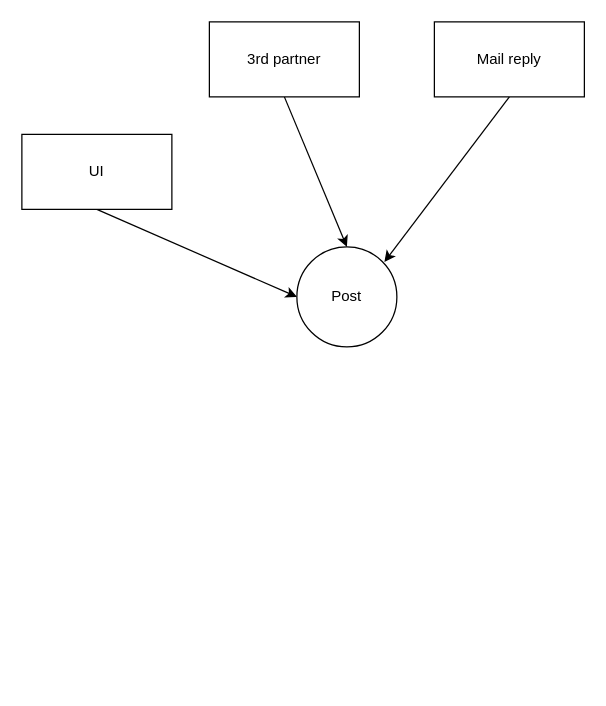
Earlier version of the draw.io diagram page "Page-5" (5 of 5) of messaging.drawio (huangshijie/Drawio). Source tidied: cells renumbered, new cells numbered last; positions are measured from the earlier drawing's top-left corner, leaving out a move shared by most shapes. Both pictures are drawn from the tidied source at 125%, with x=0, y=0 at pixel (21, 21).
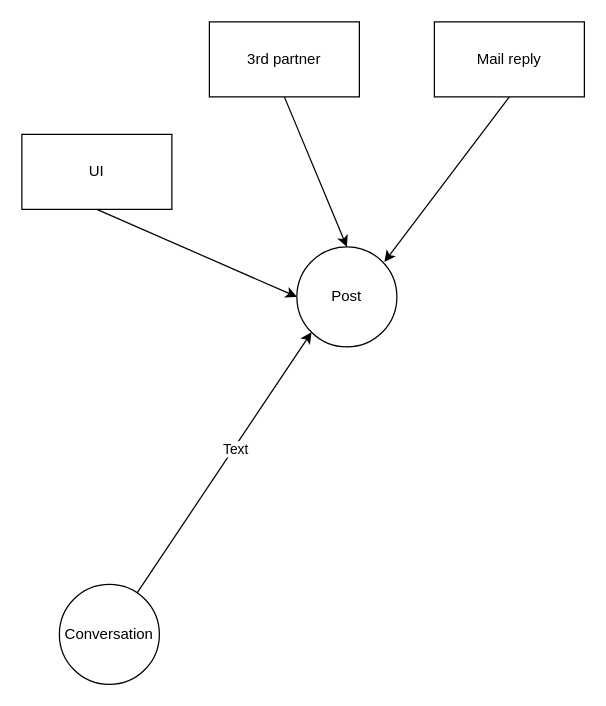
Above is the later version.

Diff of the diagram source:
```diff
@@
 <mxGraphModel>
   <root>
     <mxCell id="0" />
     <mxCell id="1" parent="0" />
     <mxCell id="2" value="Post" style="ellipse;whiteSpace=wrap;html=1;" parent="1" vertex="1">
       <mxGeometry x="220" y="180" width="80" height="80" as="geometry" />
     </mxCell>
     <mxCell id="3" style="endArrow=classic;html=1;rounded=0;entryX=0;entryY=0.5;entryDx=0;entryDy=0;exitX=0.5;exitY=1;exitDx=0;exitDy=0;" parent="1" edge="1" source="4" target="2">
       <mxGeometry relative="1" as="geometry" />
     </mxCell>
     <mxCell id="4" value="UI" style="rounded=0;whiteSpace=wrap;html=1;" parent="1" vertex="1">
       <mxGeometry y="90" width="120" height="60" as="geometry" />
     </mxCell>
     <mxCell id="5" style="rounded=0;jettySize=auto;html=1;entryX=0.5;entryY=0;entryDx=0;entryDy=0;exitX=0.5;exitY=1;exitDx=0;exitDy=0;" parent="1" edge="1" source="6" target="2">
       <mxGeometry relative="1" as="geometry" />
     </mxCell>
     <mxCell id="6" value="3rd partner" style="rounded=0;whiteSpace=wrap;html=1;" parent="1" vertex="1">
       <mxGeometry x="150" width="120" height="60" as="geometry" />
     </mxCell>
     <mxCell id="7" style="rounded=0;jettySize=auto;html=1;exitX=0.5;exitY=1;exitDx=0;exitDy=0;" parent="1" edge="1" source="8">
       <mxGeometry relative="1" as="geometry">
         <mxPoint x="290" y="192" as="targetPoint" />
       </mxGeometry>
     </mxCell>
     <mxCell id="8" value="Mail reply" style="rounded=0;whiteSpace=wrap;html=1;" parent="1" vertex="1">
       <mxGeometry x="330" width="120" height="60" as="geometry" />
     </mxCell>
+    <mxCell id="9" style="rounded=0;jettySize=auto;html=1;entryX=0;entryY=1;entryDx=0;entryDy=0;" parent="1" edge="1" source="11" target="2">
+      <mxGeometry relative="1" as="geometry" />
+    </mxCell>
+    <mxCell id="10" value="Text" style="edgeLabel;html=1;align=center;verticalAlign=middle;" parent="9" vertex="1">
+      <mxGeometry x="0.11" y="-1" relative="1" as="geometry" />
+    </mxCell>
+    <mxCell id="11" value="Conversation" style="ellipse;whiteSpace=wrap;html=1;" parent="1" vertex="1">
+      <mxGeometry x="30" y="450" width="80" height="80" as="geometry" />
+    </mxCell>
   </root>
 </mxGraphModel>
```
